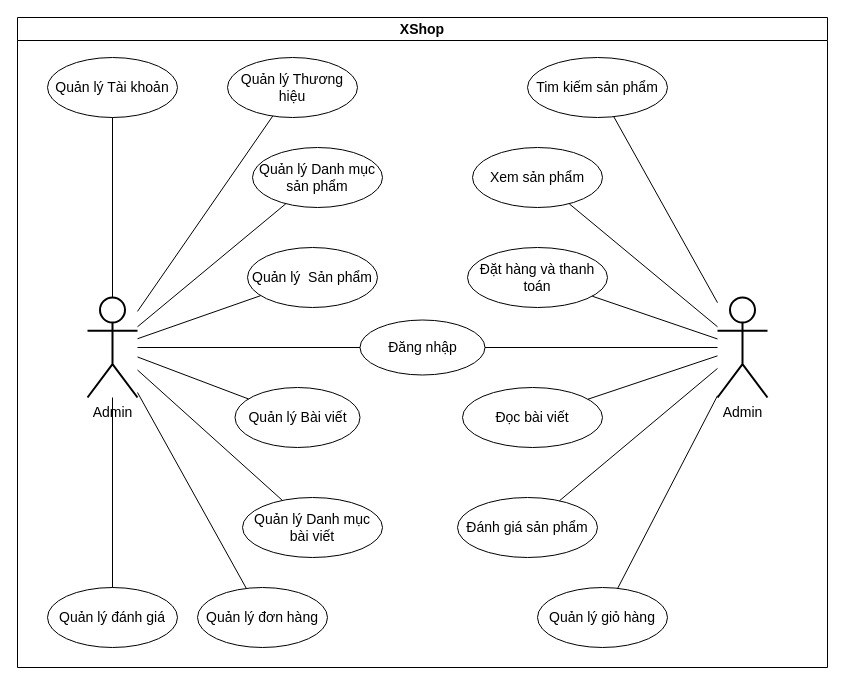
This is page "Main Usecase" (1 of 10) of document/UsecaseDiagram.drawio from dylantran251/xshop, a draw.io file, before an edit. Source tidied: cells renumbered, new cells numbered last; positions are measured from the earlier drawing's top-left corner, leaving out a move shared by most shapes. Both pictures are drawn from the tidied source at 100%, with x=0, y=0 at pixel (17, 17).
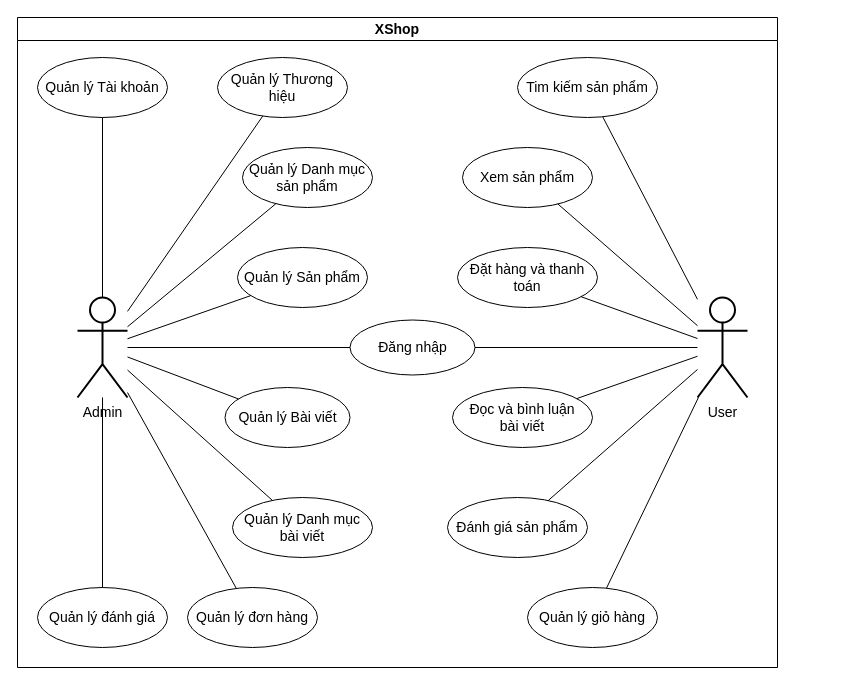
After the change.

Change to the diagram source:
```diff
@@
     <mxCell id="2" value="XShop" style="swimlane;whiteSpace=wrap;html=1;fontSize=14;" parent="1" vertex="1">
-      <mxGeometry width="810" height="650" as="geometry" />
+      <mxGeometry width="760" height="650" as="geometry" />
     </mxCell>
     <mxCell id="3" value="Admin" style="shape=umlActor;verticalLabelPosition=bottom;verticalAlign=top;html=1;outlineConnect=0;fillStyle=auto;strokeWidth=2;fontSize=14;" parent="2" vertex="1">
-      <mxGeometry x="70" y="280" width="50" height="100" as="geometry" />
+      <mxGeometry x="60" y="280" width="50" height="100" as="geometry" />
     </mxCell>
     <mxCell id="4" value="Quản lý Tài khoản" style="ellipse;whiteSpace=wrap;html=1;fontSize=14;" parent="2" vertex="1">
-      <mxGeometry x="30" y="40" width="130" height="60" as="geometry" />
+      <mxGeometry x="20" y="40" width="130" height="60" as="geometry" />
     </mxCell>
     <mxCell id="5" value="Quản lý Thương hiệu" style="ellipse;whiteSpace=wrap;html=1;fontSize=14;" parent="2" vertex="1">
-      <mxGeometry x="210" y="40" width="130" height="60" as="geometry" />
+      <mxGeometry x="200" y="40" width="130" height="60" as="geometry" />
     </mxCell>
     <mxCell id="6" value="Quản lý Danh mục sản phẩm" style="ellipse;whiteSpace=wrap;html=1;fontSize=14;" parent="2" vertex="1">
-      <mxGeometry x="235" y="130" width="130" height="60" as="geometry" />
+      <mxGeometry x="225" y="130" width="130" height="60" as="geometry" />
     </mxCell>
-    <mxCell id="7" value="Quản lý&amp;nbsp; Sản phẩm" style="ellipse;whiteSpace=wrap;html=1;fontSize=14;" parent="2" vertex="1">
-      <mxGeometry x="230" y="230" width="130" height="60" as="geometry" />
+    <mxCell id="7" value="Quản lý Sản phẩm" style="ellipse;whiteSpace=wrap;html=1;fontSize=14;" parent="2" vertex="1">
+      <mxGeometry x="220" y="230" width="130" height="60" as="geometry" />
     </mxCell>
     <mxCell id="8" value="Quản lý Bài viết" style="ellipse;whiteSpace=wrap;html=1;fontSize=14;" parent="2" vertex="1">
-      <mxGeometry x="217.5" y="370" width="125" height="60" as="geometry" />
+      <mxGeometry x="207.5" y="370" width="125" height="60" as="geometry" />
     </mxCell>
     <mxCell id="9" value="Quản lý Danh mục bài viết" style="ellipse;whiteSpace=wrap;html=1;fontSize=14;" parent="2" vertex="1">
-      <mxGeometry x="225" y="480" width="140" height="60" as="geometry" />
+      <mxGeometry x="215" y="480" width="140" height="60" as="geometry" />
     </mxCell>
     <mxCell id="10" value="Quản lý đơn hàng" style="ellipse;whiteSpace=wrap;html=1;fontSize=14;" parent="2" vertex="1">
-      <mxGeometry x="180" y="570" width="130" height="60" as="geometry" />
+      <mxGeometry x="170" y="570" width="130" height="60" as="geometry" />
     </mxCell>
     <mxCell id="11" value="Đăng nhập" style="ellipse;whiteSpace=wrap;html=1;fontSize=14;" parent="2" vertex="1">
-      <mxGeometry x="342.5" y="302.5" width="125" height="55" as="geometry" />
+      <mxGeometry x="332.5" y="302.5" width="125" height="55" as="geometry" />
     </mxCell>
     <mxCell id="12" value="Quản lý đánh giá" style="ellipse;whiteSpace=wrap;html=1;fontSize=14;" parent="2" vertex="1">
-      <mxGeometry x="30" y="570" width="130" height="60" as="geometry" />
+      <mxGeometry x="20" y="570" width="130" height="60" as="geometry" />
     </mxCell>
     <mxCell id="13" value="Tim kiếm sản phẩm" style="ellipse;whiteSpace=wrap;html=1;fontSize=14;" parent="2" vertex="1">
-      <mxGeometry x="510" y="40" width="140" height="60" as="geometry" />
+      <mxGeometry x="500" y="40" width="140" height="60" as="geometry" />
     </mxCell>
     <mxCell id="14" value="Xem sản phẩm" style="ellipse;whiteSpace=wrap;html=1;fontSize=14;" parent="2" vertex="1">
-      <mxGeometry x="455" y="130" width="130" height="60" as="geometry" />
+      <mxGeometry x="445" y="130" width="130" height="60" as="geometry" />
     </mxCell>
     <mxCell id="15" value="Quản lý giỏ hàng" style="ellipse;whiteSpace=wrap;html=1;fontSize=14;" parent="2" vertex="1">
-      <mxGeometry x="520" y="570" width="130" height="60" as="geometry" />
+      <mxGeometry x="510" y="570" width="130" height="60" as="geometry" />
     </mxCell>
     <mxCell id="16" value="Đặt hàng và thanh toán" style="ellipse;whiteSpace=wrap;html=1;fontSize=14;" parent="2" vertex="1">
-      <mxGeometry x="450" y="230" width="140" height="60" as="geometry" />
+      <mxGeometry x="440" y="230" width="140" height="60" as="geometry" />
     </mxCell>
-    <mxCell id="17" value="Đọc bài viết" style="ellipse;whiteSpace=wrap;html=1;fontSize=14;" parent="2" vertex="1">
-      <mxGeometry x="445" y="370" width="140" height="60" as="geometry" />
+    <mxCell id="17" value="Đọc và bình luận &lt;br&gt;bài viết" style="ellipse;whiteSpace=wrap;html=1;fontSize=14;" parent="2" vertex="1">
+      <mxGeometry x="435" y="370" width="140" height="60" as="geometry" />
     </mxCell>
     <mxCell id="18" value="Đánh giá sản phẩm" style="ellipse;whiteSpace=wrap;html=1;fontSize=14;" parent="2" vertex="1">
-      <mxGeometry x="440" y="480" width="140" height="60" as="geometry" />
+      <mxGeometry x="430" y="480" width="140" height="60" as="geometry" />
     </mxCell>
-    <mxCell id="19" value="Admin" style="shape=umlActor;verticalLabelPosition=bottom;verticalAlign=top;html=1;outlineConnect=0;fillStyle=auto;strokeWidth=2;fontSize=14;" parent="2" vertex="1">
-      <mxGeometry x="700" y="280" width="50" height="100" as="geometry" />
+    <mxCell id="19" value="User" style="shape=umlActor;verticalLabelPosition=bottom;verticalAlign=top;html=1;outlineConnect=0;fillStyle=auto;strokeWidth=2;fontSize=14;" parent="2" vertex="1">
+      <mxGeometry x="680" y="280" width="50" height="100" as="geometry" />
     </mxCell>
@@
-    <mxCell id="29" style="endArrow=none;html=1;rounded=0;" parent="2" edge="1" source="11" target="19">
-      <mxGeometry relative="1" as="geometry" />
-    </mxCell>
-    <mxCell id="30" style="endArrow=none;html=1;rounded=0;" parent="2" edge="1" source="19" target="16">
-      <mxGeometry relative="1" as="geometry" />
-    </mxCell>
+    <mxCell id="36" style="endArrow=none;html=1;rounded=0;" parent="2" edge="1" source="19" target="11">
+      <mxGeometry relative="1" as="geometry" />
+    </mxCell>
+    <mxCell id="37" style="endArrow=none;html=1;rounded=0;" parent="2" edge="1" source="16" target="19">
+      <mxGeometry relative="1" as="geometry" />
+    </mxCell>
+    <mxCell id="38" style="endArrow=none;html=1;rounded=0;" parent="2" edge="1" source="19" target="14">
+      <mxGeometry relative="1" as="geometry" />
+    </mxCell>
+    <mxCell id="39" style="endArrow=none;html=1;rounded=0;" parent="2" edge="1" source="19" target="13">
+      <mxGeometry relative="1" as="geometry" />
+    </mxCell>
@@
-    <mxCell id="32" style="endArrow=none;html=1;rounded=0;" parent="2" edge="1" source="13" target="19">
-      <mxGeometry relative="1" as="geometry" />
-    </mxCell>
@@
-    <mxCell id="35" style="endArrow=none;html=1;rounded=0;" parent="2" edge="1" source="14" target="19">
-      <mxGeometry relative="1" as="geometry" />
-    </mxCell>
```
